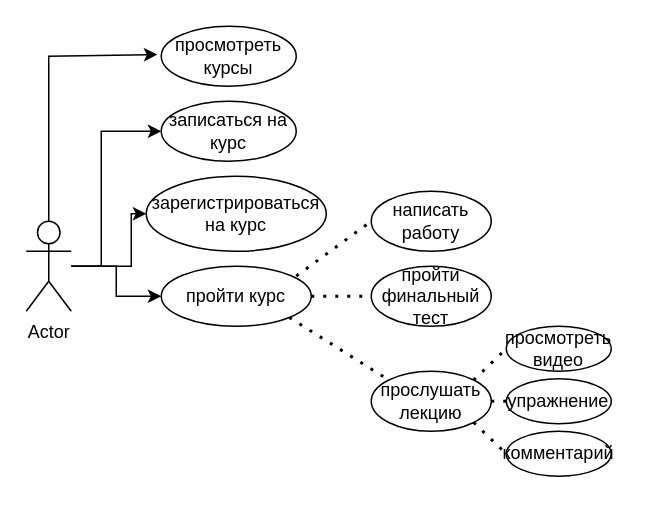
Above: Untitled Diagram.drawio in teillina/uni (draw.io), before the change. Source tidied: cells renumbered, new cells numbered last; positions are measured from the earlier drawing's top-left corner, leaving out a move shared by most shapes. Both pictures are drawn from the tidied source at 150%, with x=0, y=0 at pixel (26, 26).
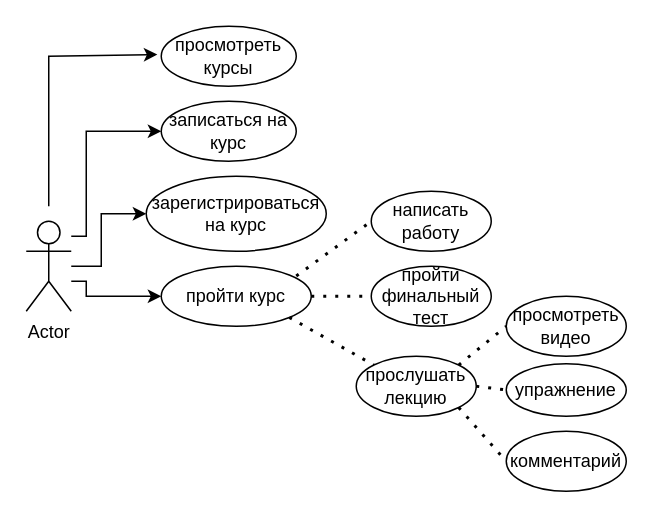
After the change.

Unchanged cells that the change refers to:
```xml
<mxCell id="5" value="Actor" style="shape=umlActor;verticalLabelPosition=bottom;verticalAlign=top;html=1;outlineConnect=0;" parent="1" vertex="1">
  <mxGeometry y="130" width="30" height="60" as="geometry" />
</mxCell>
<mxCell id="6" value="просмотреть курсы" style="ellipse;whiteSpace=wrap;html=1;" parent="1" vertex="1">
  <mxGeometry x="90" width="90" height="40" as="geometry" />
</mxCell>
<mxCell id="9" value="записаться на курс" style="ellipse;whiteSpace=wrap;html=1;" parent="1" vertex="1">
  <mxGeometry x="90" y="50" width="90" height="40" as="geometry" />
</mxCell>
<mxCell id="10" value="зарегистрироваться на курс" style="ellipse;whiteSpace=wrap;html=1;" parent="1" vertex="1">
  <mxGeometry x="80" y="100" width="120" height="50" as="geometry" />
</mxCell>
<mxCell id="11" value="пройти курс" style="ellipse;whiteSpace=wrap;html=1;" parent="1" vertex="1">
  <mxGeometry x="90" y="160" width="100" height="40" as="geometry" />
</mxCell>
```

What changed in the source:
```diff
@@
     <mxCell id="2" style="edgeStyle=orthogonalEdgeStyle;rounded=0;jettySize=auto;html=1;entryX=0;entryY=0.5;entryDx=0;entryDy=0;" parent="1" edge="1" source="5" target="9">
       <mxGeometry relative="1" as="geometry">
         <Array as="points">
-          <mxPoint x="50" y="160" />
-          <mxPoint x="50" y="70" />
+          <mxPoint x="40" y="140" />
+          <mxPoint x="40" y="70" />
         </Array>
       </mxGeometry>
     </mxCell>
     <mxCell id="3" style="edgeStyle=orthogonalEdgeStyle;rounded=0;jettySize=auto;html=1;entryX=0;entryY=0.5;entryDx=0;entryDy=0;" parent="1" edge="1" source="5" target="10">
       <mxGeometry relative="1" as="geometry">
         <Array as="points">
-          <mxPoint x="70" y="160" />
-          <mxPoint x="70" y="125" />
+          <mxPoint x="50" y="160" />
+          <mxPoint x="50" y="125" />
         </Array>
       </mxGeometry>
     </mxCell>
     <mxCell id="4" style="edgeStyle=orthogonalEdgeStyle;rounded=0;jettySize=auto;html=1;entryX=0;entryY=0.5;entryDx=0;entryDy=0;" parent="1" edge="1" source="5" target="11">
-      <mxGeometry relative="1" as="geometry" />
+      <mxGeometry relative="1" as="geometry">
+        <Array as="points">
+          <mxPoint x="40" y="170" />
+          <mxPoint x="40" y="180" />
+        </Array>
+      </mxGeometry>
     </mxCell>
@@
-    <mxCell id="7" style="endArrow=classic;html=1;rounded=0;entryX=-0.029;entryY=0.472;entryDx=0;entryDy=0;entryPerimeter=0;" parent="1" edge="1" source="5" target="6">
+    <mxCell id="7" style="endArrow=classic;html=1;rounded=0;entryX=-0.029;entryY=0.472;entryDx=0;entryDy=0;entryPerimeter=0;" parent="1" edge="1" target="6">
       <mxGeometry relative="1" as="geometry">
+        <mxPoint x="15" y="120" as="sourcePoint" />
         <Array as="points">
           <mxPoint x="15" y="20" />
         </Array>
       </mxGeometry>
     </mxCell>
@@
     <mxCell id="14" value="прослушать лекцию" style="ellipse;whiteSpace=wrap;html=1;" parent="1" vertex="1">
-      <mxGeometry x="230" y="230" width="80" height="40" as="geometry" />
+      <mxGeometry x="220" y="220" width="80" height="40" as="geometry" />
     </mxCell>
@@
     <mxCell id="18" value="просмотреть видео" style="ellipse;whiteSpace=wrap;html=1;" parent="1" vertex="1">
-      <mxGeometry x="320" y="200" width="70" height="30" as="geometry" />
+      <mxGeometry x="320" y="180" width="80" height="40" as="geometry" />
     </mxCell>
     <mxCell id="19" value="упражнение" style="ellipse;whiteSpace=wrap;html=1;" parent="1" vertex="1">
-      <mxGeometry x="320" y="235" width="70" height="30" as="geometry" />
+      <mxGeometry x="320" y="225" width="80" height="35" as="geometry" />
     </mxCell>
     <mxCell id="20" value="комментарий" style="ellipse;whiteSpace=wrap;html=1;" parent="1" vertex="1">
-      <mxGeometry x="320" y="270" width="70" height="30" as="geometry" />
+      <mxGeometry x="320" y="270" width="80" height="40" as="geometry" />
     </mxCell>
```
